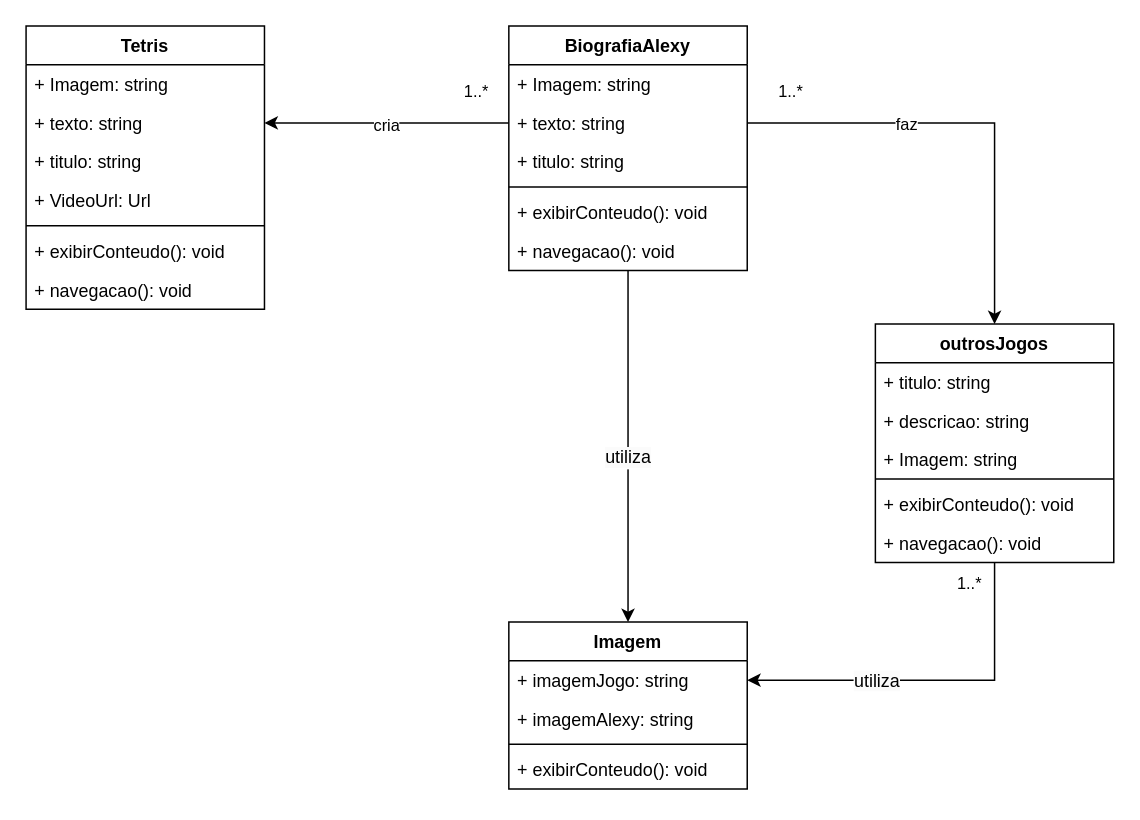
This is DiagramaApp.drawio from KalCastro/Trabalho_mobile, a draw.io file, before an edit. Source tidied: cells renumbered, new cells numbered last; positions are measured from the earlier drawing's top-left corner, leaving out a move shared by most shapes. Both pictures are drawn from the tidied source at 149%, with x=0, y=0 at pixel (25, 25).
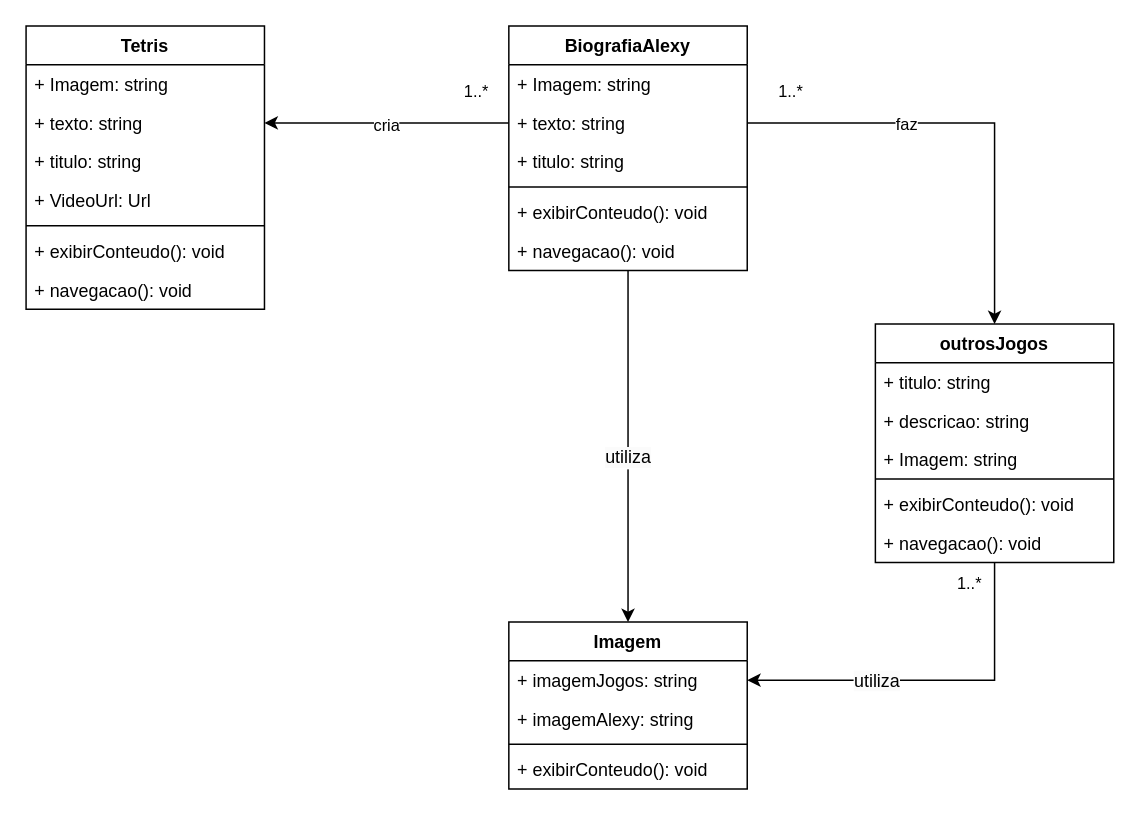
The same diagram, later.

Unchanged cells that the change refers to:
```xml
<mxCell id="28" value="Imagem" style="swimlane;fontStyle=1;align=center;verticalAlign=top;horizontal=1;startSize=26;whiteSpace=wrap;html=1;" parent="1" vertex="1">
  <mxGeometry x="324" y="400" width="160" height="112" as="geometry" />
</mxCell>
```

Diff of the diagram source:
```diff
@@
-    <mxCell id="29" value="+ imagemJogo: string" style="text;strokeColor=none;fillColor=none;align=left;verticalAlign=top;spacingLeft=4;spacingRight=4;overflow=hidden;points=[[0,0.5],[1,0.5]];portConstraint=eastwest;whiteSpace=wrap;html=1;" parent="28" vertex="1">
+    <mxCell id="29" value="+ imagemJogos: string" style="text;strokeColor=none;fillColor=none;align=left;verticalAlign=top;spacingLeft=4;spacingRight=4;overflow=hidden;points=[[0,0.5],[1,0.5]];portConstraint=eastwest;whiteSpace=wrap;html=1;" parent="28" vertex="1">
       <mxGeometry y="26" width="160" height="26" as="geometry" />
     </mxCell>
```
